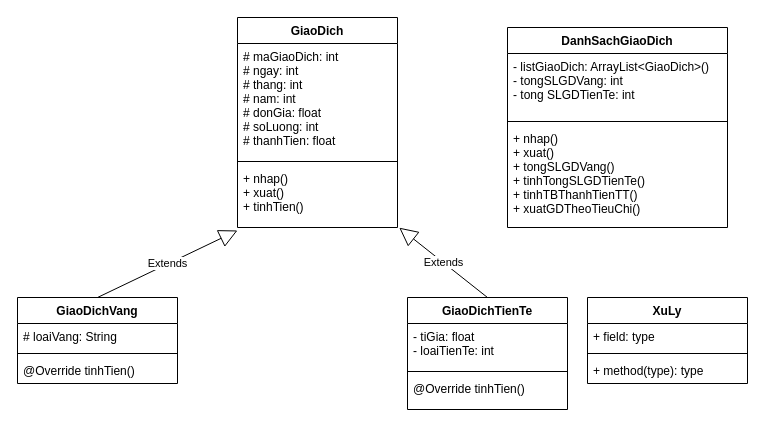
Earlier version of the draw.io diagram Untitled Diagram.drawio (jasonsangtran/UML-Demo). Source tidied: cells renumbered, new cells numbered last; positions are measured from the earlier drawing's top-left corner, leaving out a move shared by most shapes. Both pictures are drawn from the tidied source at 100%, with x=0, y=0 at pixel (17, 17).
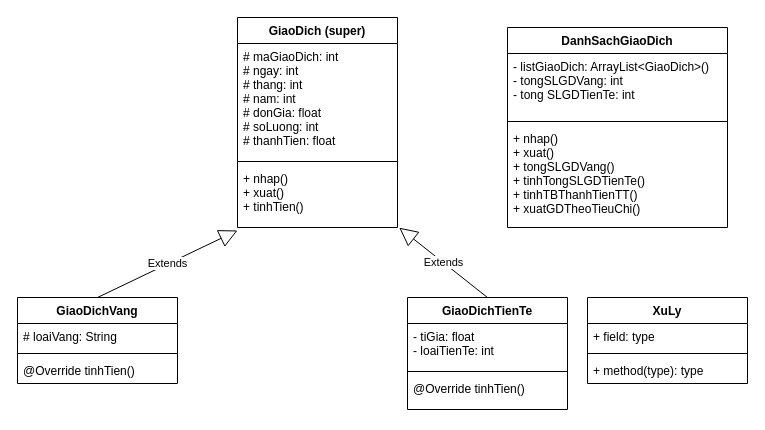
After the change.

What changed in the source:
```diff
@@
-    <mxCell id="2" value="GiaoDich" style="swimlane;fontStyle=1;align=center;verticalAlign=top;horizontal=1;startSize=26;" parent="1" vertex="1">
+    <mxCell id="2" value="GiaoDich (super)" style="swimlane;fontStyle=1;align=center;verticalAlign=top;horizontal=1;startSize=26;" parent="1" vertex="1">
       <mxGeometry x="220" width="160" height="210" as="geometry" />
     </mxCell>
```
